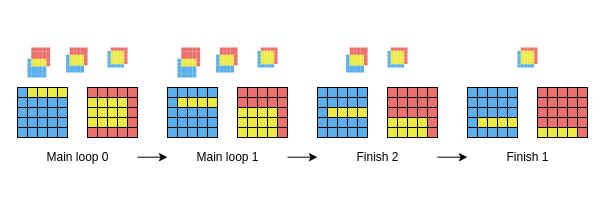
The draw.io diagram page "MultirowFinalize" (14 of 29) of en/img/overlap.drawio in MK4H/DPText, before the edit. Source tidied: cells renumbered, new cells numbered last; positions are measured from the earlier drawing's top-left corner, leaving out a move shared by most shapes. Both pictures are drawn from the tidied source at 100%, with x=0, y=0 at pixel (17, 47).
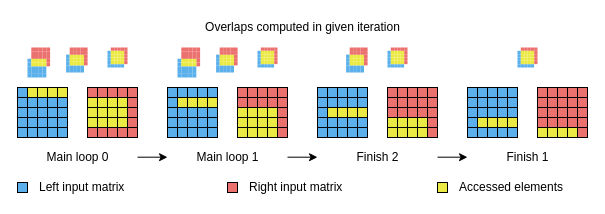
Above is the later version.

What changed in the source:
```diff
@@
+    <mxCell id="552" style="rounded=0;whiteSpace=wrap;html=1;fillColor=#5BAFEB;" parent="1" vertex="1">
+      <mxGeometry y="135" width="10" height="10" as="geometry" />
+    </mxCell>
+    <mxCell id="553" style="rounded=0;whiteSpace=wrap;html=1;fillColor=#EB716E;" parent="1" vertex="1">
+      <mxGeometry x="210" y="135" width="10" height="10" as="geometry" />
+    </mxCell>
+    <mxCell id="554" style="rounded=0;whiteSpace=wrap;html=1;fillColor=#EBEA44;" parent="1" vertex="1">
+      <mxGeometry x="420" y="135" width="10" height="10" as="geometry" />
+    </mxCell>
+    <mxCell id="555" value="Left input matrix" style="text;html=1;align=left;verticalAlign=middle;strokeColor=none;fillColor=none;" parent="1" vertex="1">
+      <mxGeometry x="20" y="130" width="100" height="20" as="geometry" />
+    </mxCell>
+    <mxCell id="556" value="Right input matrix" style="text;html=1;align=left;verticalAlign=middle;strokeColor=none;fillColor=none;" parent="1" vertex="1">
+      <mxGeometry x="230" y="130" width="110" height="20" as="geometry" />
+    </mxCell>
+    <mxCell id="557" value="Accessed elements" style="text;html=1;align=left;verticalAlign=middle;strokeColor=none;fillColor=none;" parent="1" vertex="1">
+      <mxGeometry x="440" y="130" width="120" height="20" as="geometry" />
+    </mxCell>
+    <mxCell id="558" value="Overlaps computed in given iteration" style="text;html=1;align=center;verticalAlign=middle;strokeColor=none;fillColor=none;fontSize=12;" parent="1" vertex="1">
+      <mxGeometry x="180" y="-30" width="210" height="20" as="geometry" />
+    </mxCell>
```
